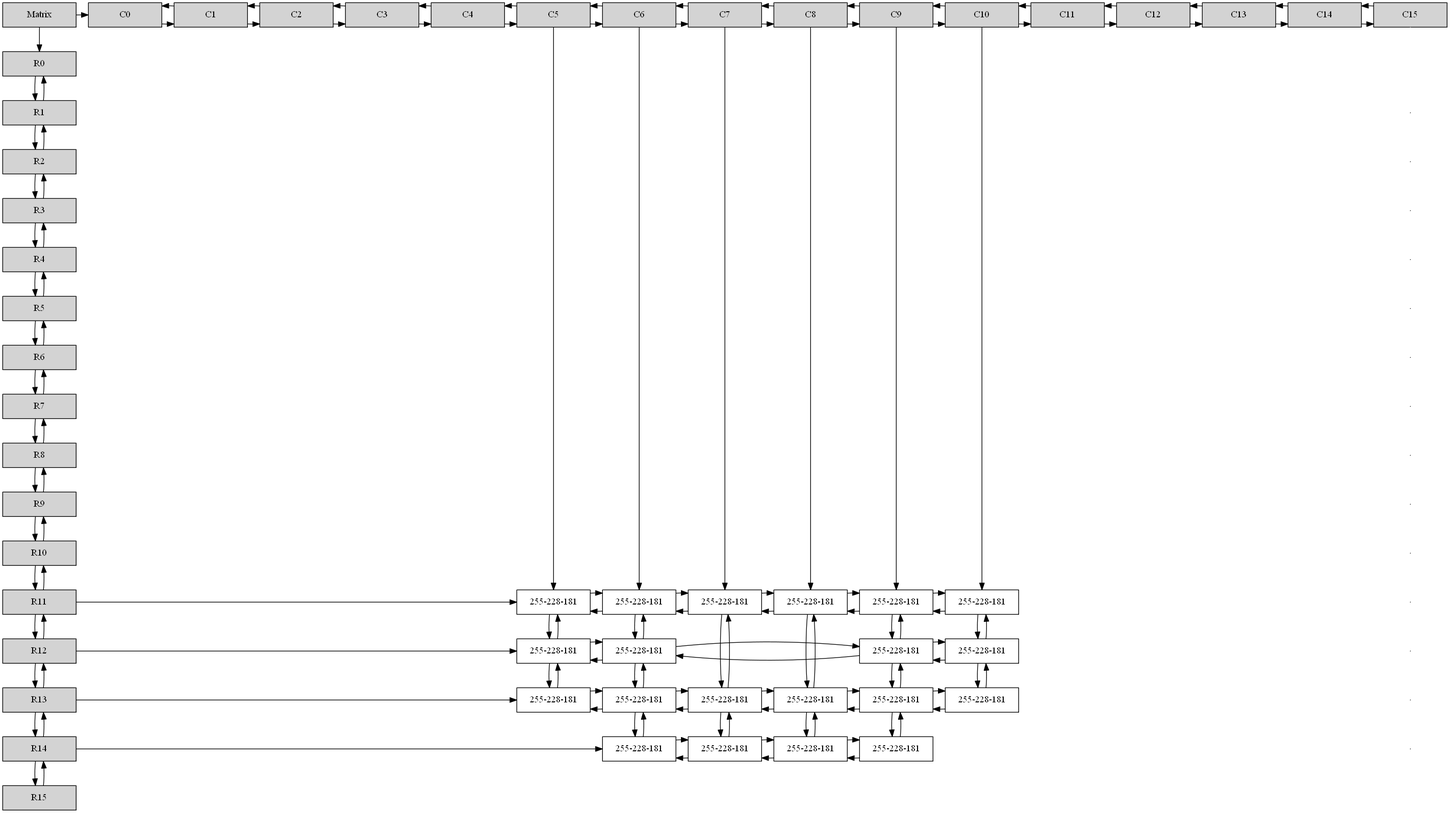
Earlier version of the Graphviz export Structures/mouth.png (deathstroke021/EDD_2S2019_PY1_201503961). Its source is kept beside it as Structures/mouth.dot.
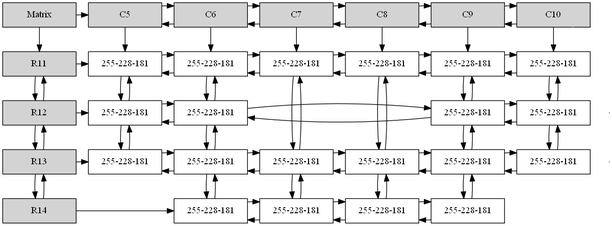
After the change.

Change to the diagram source:
```diff
@@ -3,100 +3,8 @@
 Mt[ label = "Matrix", width = 1.5, style = filled, group = 1 ];
 e0[ shape = point, width = 0 ];
 e1[ shape = point, width = 0 ];
-e2[ shape = point, width = 0 ];
-e3[ shape = point, width = 0 ];
-e4[ shape = point, width = 0 ];
-e5[ shape = point, width = 0 ];
-e6[ shape = point, width = 0 ];
-e7[ shape = point, width = 0 ];
-e8[ shape = point, width = 0 ];
-e9[ shape = point, width = 0 ];
-e10[ shape = point, width = 0 ];
-e11[ shape = point, width = 0 ];
-e12[ shape = point, width = 0 ];
-e13[ shape = point, width = 0 ];
-A0[label ="C0" width = 1.5 style = filled, group =2];
-A0->A1;
-A1[label ="C1" width = 1.5 style = filled, group =3];
-A1->A2;
-A1->A0;
-A2[label ="C2" width = 1.5 style = filled, group =4];
-A2->A3;
-A2->A1;
-A3[label ="C3" width = 1.5 style = filled, group =5];
-A3->A4;
-A3->A2;
-A4[label ="C4" width = 1.5 style = filled, group =6];
-A4->A5;
-A4->A3;
-A5[label ="C5" width = 1.5 style = filled, group =7];
-A5->A6;
-A5->A4;
-A6[label ="C6" width = 1.5 style = filled, group =8];
-A6->A7;
-A6->A5;
-A7[label ="C7" width = 1.5 style = filled, group =9];
-A7->A8;
-A7->A6;
-A8[label ="C8" width = 1.5 style = filled, group =10];
-A8->A9;
-A8->A7;
-A9[label ="C9" width = 1.5 style = filled, group =11];
-A9->A10;
-A9->A8;
-A10[label ="C10" width = 1.5 style = filled, group =12];
-A10->A11;
-A10->A9;
-A11[label ="C11" width = 1.5 style = filled, group =13];
-A11->A12;
-A11->A10;
-A12[label ="C12" width = 1.5 style = filled, group =14];
-A12->A13;
-A12->A11;
-A13[label ="C13" width = 1.5 style = filled, group =15];
-A13->A14;
-A13->A12;
-A14[label ="C14" width = 1.5 style = filled, group =16];
-A14->A15;
-A14->A13;
-A15[label ="C15" width = 1.5 style = filled, group =17];
-A15->A14;
-{ rank = same; Mt; A0; A1; A2; A3; A4; A5; A6; A7; A8; A9; A10; A11; A12; A13; A14; A15; }
-U0[label = "R0"    width = 1.5 style = filled, group = 1 ];
-U0->U1;
-U1[label = "R1"    width = 1.5 style = filled, group = 1 ];
-U1->U2;
-U1->U0;
-U2[label = "R2"    width = 1.5 style = filled, group = 1 ];
-U2->U3;
-U2->U1;
-U3[label = "R3"    width = 1.5 style = filled, group = 1 ];
-U3->U4;
-U3->U2;
-U4[label = "R4"    width = 1.5 style = filled, group = 1 ];
-U4->U5;
-U4->U3;
-U5[label = "R5"    width = 1.5 style = filled, group = 1 ];
-U5->U6;
-U5->U4;
-U6[label = "R6"    width = 1.5 style = filled, group = 1 ];
-U6->U7;
-U6->U5;
-U7[label = "R7"    width = 1.5 style = filled, group = 1 ];
-U7->U8;
-U7->U6;
-U8[label = "R8"    width = 1.5 style = filled, group = 1 ];
-U8->U9;
-U8->U7;
-U9[label = "R9"    width = 1.5 style = filled, group = 1 ];
-U9->U10;
-U9->U8;
-U10[label = "R10"    width = 1.5 style = filled, group = 1 ];
-U10->U11;
-U10->U9;
 U11[label = "R11"    width = 1.5 style = filled, group = 1 ];
-U11->U12;
-U11->U10;
+Mt->U11;
 N5_L11 [label = "255-228-181" width = 1.5, group =7];
 U11 -> N5_L11;
 A5 -> N5_L11;
@@ -122,8 +30,8 @@
 A10 -> N10_L11;
 { rank = same; U11;N5_L11;N6_L11;N7_L11;N8_L11;N9_L11;N10_L11;}
 U12[label = "R12"    width = 1.5 style = filled, group = 1 ];
-U12->U13;
-U12->U11;
+U12 -> U11;
+U11 -> U12;
 N5_L12 [label = "255-228-181" width = 1.5, group =7];
 U12 -> N5_L12;
 N5_L12 -> N5_L11;
@@ -145,8 +53,9 @@
 N10_L11 -> N10_L12;
 { rank = same; U12;N5_L12;N6_L12;N9_L12;N10_L12;}
 U13[label = "R13"    width = 1.5 style = filled, group = 1 ];
-U13->U14;
-U13->U12;
+U13 -> U12;
+U12 -> U13;
+{ rank = same; U12; e0}
 N5_L13 [label = "255-228-181" width = 1.5, group =7];
 U13 -> N5_L13;
 N5_L13 -> N5_L12;
@@ -178,8 +87,9 @@
 N10_L12 -> N10_L13;
 { rank = same; U13;N5_L13;N6_L13;N7_L13;N8_L13;N9_L13;N10_L13;}
 U14[label = "R14"    width = 1.5 style = filled, group = 1 ];
-U14->U15;
-U14->U13;
+U14 -> U13;
+U13 -> U14;
+{ rank = same; U13; e1}
 N6_L14 [label = "255-228-181" width = 1.5, group =8];
 U14 -> N6_L14;
 N6_L14 -> N6_L13;
@@ -200,36 +110,24 @@
 N9_L14 -> N9_L13;
 N9_L13 -> N9_L14;
 { rank = same; U14;N6_L14;N7_L14;N8_L14;N9_L14;}
-U15[label = "R15"    width = 1.5 style = filled, group = 1 ];
-U15->U14;
-Mt->U0;
-Mt->A0;
-{ rank = same; U1; e0}
-{ rank = same; U2; e1}
-{ rank = same; U3; e2}
-{ rank = same; U4; e3}
-{ rank = same; U5; e4}
-{ rank = same; U6; e5}
-{ rank = same; U7; e6}
-{ rank = same; U8; e7}
-{ rank = same; U9; e8}
-{ rank = same; U10; e9}
-{ rank = same; U11; e10}
-{ rank = same; U12; e11}
-{ rank = same; U13; e12}
-{ rank = same; U14; e13}
-A15-> e0[ dir = none, color = "white" ];
+A5[label ="C5" width = 1.5 style = filled, group =2];
+Mt->A5;
+A6[label ="C6" width = 1.5 style = filled, group =3];
+A6->A5;
+A5->A6;
+A7[label ="C7" width = 1.5 style = filled, group =4];
+A7->A6;
+A6->A7;
+A8[label ="C8" width = 1.5 style = filled, group =5];
+A8->A7;
+A7->A8;
+A9[label ="C9" width = 1.5 style = filled, group =6];
+A9->A8;
+A8->A9;
+A10[label ="C10" width = 1.5 style = filled, group =7];
+A10->A9;
+A9->A10;
+{ rank = same; Mt; A5; A6; A7; A8; A9; A10; }
+A10-> e0[ dir = none, color = "white" ];
 e0-> e1[ dir = none, color = "white" ];
-e1-> e2[ dir = none, color = "white" ];
-e2-> e3[ dir = none, color = "white" ];
-e3-> e4[ dir = none, color = "white" ];
-e4-> e5[ dir = none, color = "white" ];
-e5-> e6[ dir = none, color = "white" ];
-e6-> e7[ dir = none, color = "white" ];
-e7-> e8[ dir = none, color = "white" ];
-e8-> e9[ dir = none, color = "white" ];
-e9-> e10[ dir = none, color = "white" ];
-e10-> e11[ dir = none, color = "white" ];
-e11-> e12[ dir = none, color = "white" ];
-e12-> e13[ dir = none, color = "white" ];
 }
```
